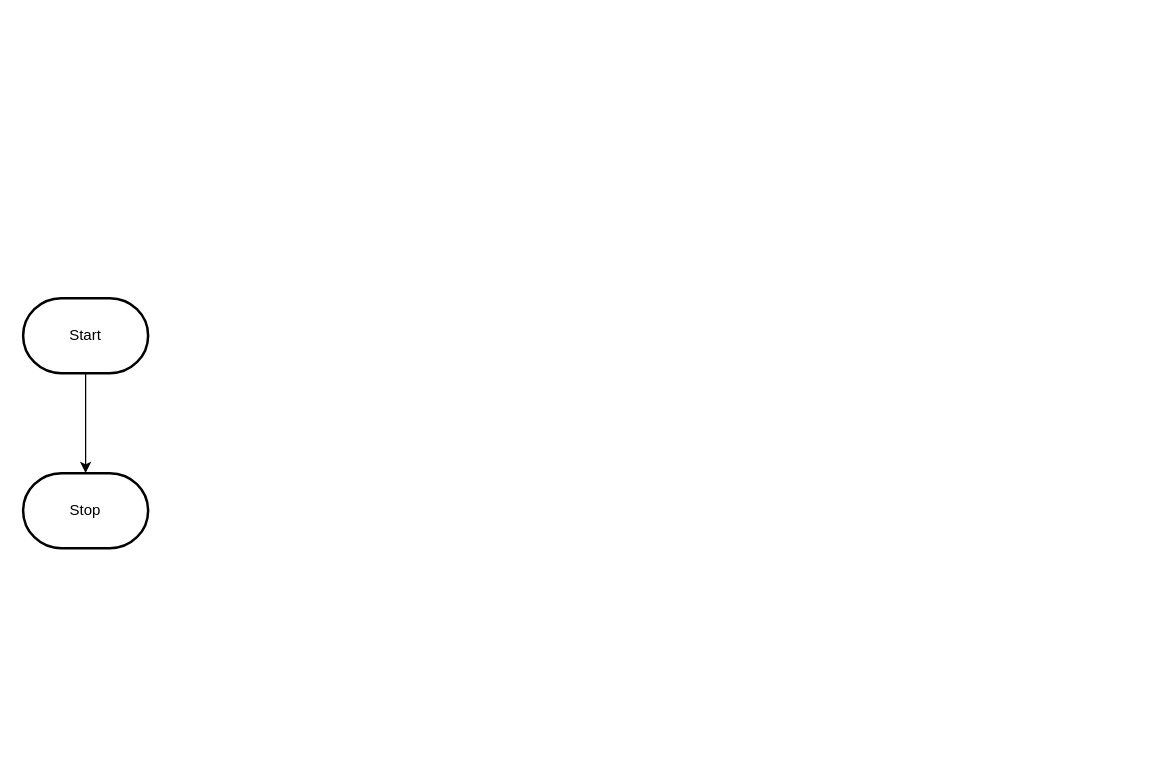
This is design/flowchart.drawio from MTHS-ICS2O-2-2022/ICS2O-Unit-5-04-Fares-Abdelkader, a draw.io file, before an edit. Source tidied: cells renumbered, new cells numbered last; positions are measured from the earlier drawing's top-left corner, leaving out a move shared by most shapes. Both pictures are drawn from the tidied source at 125%, with x=0, y=0 at pixel (22, 298).
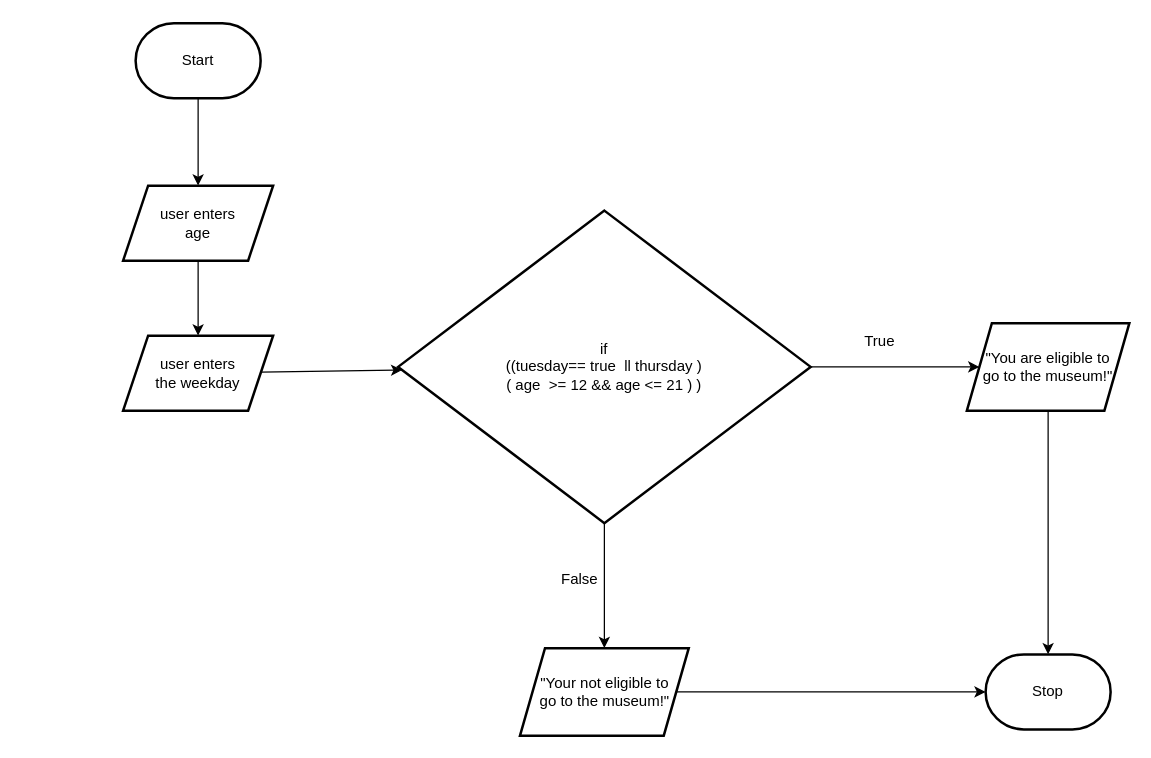
The same diagram, later.

Change to the diagram source:
```diff
@@
 <mxGraphModel>
   <root>
     <mxCell id="0" />
     <mxCell id="1" parent="0" />
-    <mxCell id="2" style="edgeStyle=orthogonalEdgeStyle;html=1;rounded=0;" parent="1" edge="1" source="3" target="4">
-      <mxGeometry relative="1" as="geometry" />
-    </mxCell>
+    <mxCell id="5" style="edgeStyle=none;html=1;" parent="1" edge="1" source="3" target="7">
+      <mxGeometry relative="1" as="geometry" />
+    </mxCell>
     <mxCell id="3" value="Start" style="strokeWidth=2;html=1;shape=mxgraph.flowchart.terminator;whiteSpace=wrap;" parent="1" vertex="1">
-      <mxGeometry width="100" height="60" as="geometry" />
+      <mxGeometry x="90" y="-220" width="100" height="60" as="geometry" />
     </mxCell>
     <mxCell id="4" value="Stop" style="strokeWidth=2;html=1;shape=mxgraph.flowchart.terminator;whiteSpace=wrap;" parent="1" vertex="1">
-      <mxGeometry y="140" width="100" height="60" as="geometry" />
+      <mxGeometry x="770" y="285" width="100" height="60" as="geometry" />
     </mxCell>
+    <mxCell id="6" style="edgeStyle=none;html=1;" parent="1" edge="1" source="7" target="9">
+      <mxGeometry relative="1" as="geometry" />
+    </mxCell>
+    <mxCell id="7" value="user enters&lt;br&gt;age" style="shape=parallelogram;perimeter=parallelogramPerimeter;whiteSpace=wrap;html=1;fixedSize=1;strokeWidth=2;" parent="1" vertex="1">
+      <mxGeometry x="80" y="-90" width="120" height="60" as="geometry" />
+    </mxCell>
+    <mxCell id="8" style="edgeStyle=none;html=1;" parent="1" edge="1" source="9" target="12">
+      <mxGeometry relative="1" as="geometry" />
+    </mxCell>
+    <mxCell id="9" value="user enters&lt;br&gt;the weekday" style="shape=parallelogram;perimeter=parallelogramPerimeter;whiteSpace=wrap;html=1;fixedSize=1;strokeWidth=2;" parent="1" vertex="1">
+      <mxGeometry x="80" y="30" width="120" height="60" as="geometry" />
+    </mxCell>
+    <mxCell id="10" style="edgeStyle=none;html=1;" parent="1" edge="1" source="12" target="14">
+      <mxGeometry relative="1" as="geometry" />
+    </mxCell>
+    <mxCell id="11" style="edgeStyle=none;html=1;" parent="1" edge="1" source="12" target="16">
+      <mxGeometry relative="1" as="geometry" />
+    </mxCell>
+    <mxCell id="12" value="if&lt;br&gt;((tuesday== true&amp;nbsp; ll thursday )&lt;br&gt;( age&amp;nbsp; &amp;gt;= 12 &amp;amp;&amp;amp; age &amp;lt;= 21 ) )" style="rhombus;whiteSpace=wrap;html=1;strokeWidth=2;" parent="1" vertex="1">
+      <mxGeometry x="300" y="-70" width="330" height="250" as="geometry" />
+    </mxCell>
+    <mxCell id="13" style="edgeStyle=none;html=1;entryX=0.5;entryY=0;entryDx=0;entryDy=0;entryPerimeter=0;" parent="1" edge="1" source="14" target="4">
+      <mxGeometry relative="1" as="geometry" />
+    </mxCell>
+    <mxCell id="14" value="&quot;You are eligible to&lt;br&gt;go to the museum!&quot;" style="shape=parallelogram;perimeter=parallelogramPerimeter;whiteSpace=wrap;html=1;fixedSize=1;strokeWidth=2;" parent="1" vertex="1">
+      <mxGeometry x="755" y="20" width="130" height="70" as="geometry" />
+    </mxCell>
+    <mxCell id="15" style="edgeStyle=none;html=1;entryX=0;entryY=0.5;entryDx=0;entryDy=0;entryPerimeter=0;" parent="1" edge="1" source="16" target="4">
+      <mxGeometry relative="1" as="geometry" />
+    </mxCell>
+    <mxCell id="16" value="&quot;Your not eligible to&lt;br&gt;go to the museum!&quot;" style="shape=parallelogram;perimeter=parallelogramPerimeter;whiteSpace=wrap;html=1;fixedSize=1;strokeWidth=2;" parent="1" vertex="1">
+      <mxGeometry x="397.5" y="280" width="135" height="70" as="geometry" />
+    </mxCell>
+    <mxCell id="17" value="False" style="text;html=1;align=center;verticalAlign=middle;strokeColor=none;fillColor=none;" parent="1" vertex="1">
+      <mxGeometry x="420" y="210" width="50" height="30" as="geometry" />
+    </mxCell>
+    <mxCell id="18" value="True" style="text;html=1;align=center;verticalAlign=middle;strokeColor=none;fillColor=none;" parent="1" vertex="1">
+      <mxGeometry x="660" y="20" width="50" height="30" as="geometry" />
+    </mxCell>
   </root>
 </mxGraphModel>
```
